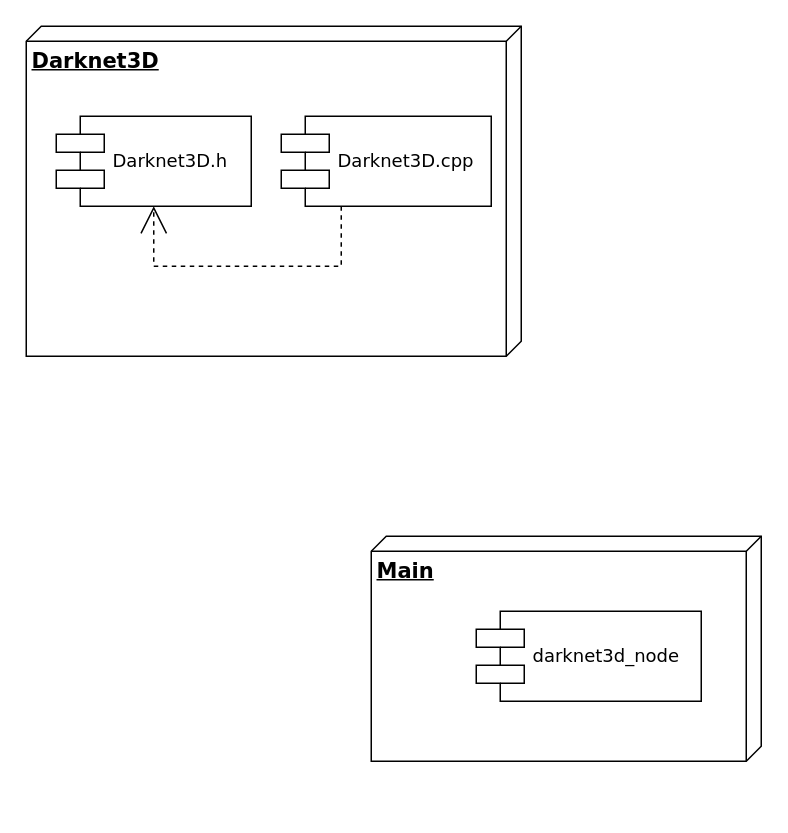
Before: diagrams/components_diagram/Untitled Diagram.drawio in fgonzalezr1998/tfg_src, a draw.io diagram. Source tidied: cells renumbered, new cells numbered last; positions are measured from the earlier drawing's top-left corner, leaving out a move shared by most shapes. Both pictures are drawn from the tidied source at 150%, with x=0, y=0 at pixel (26, 26).
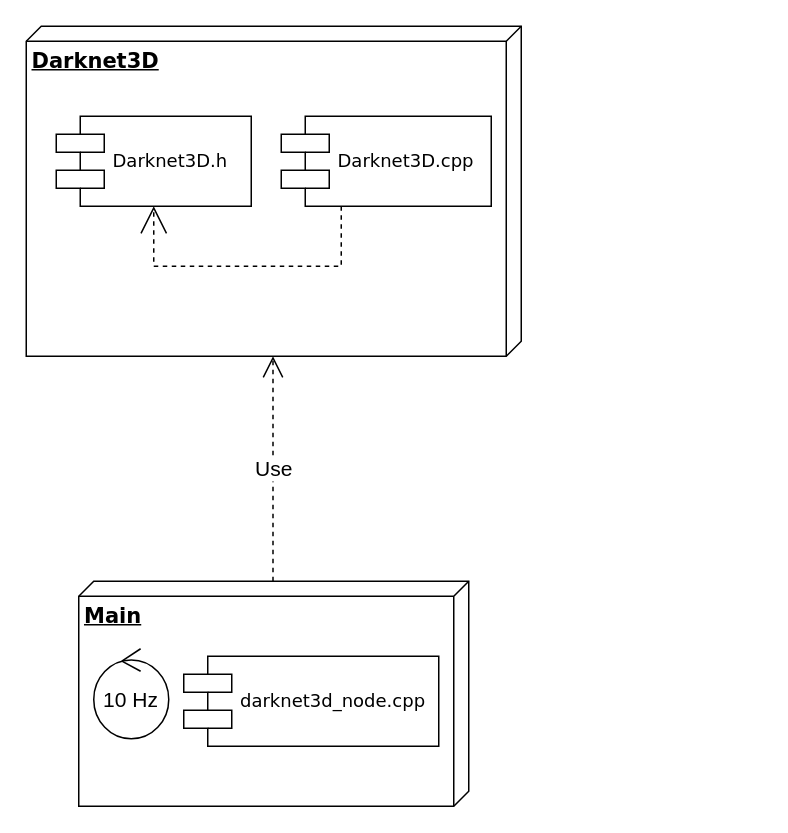
The same page after the edit.

The edit, as a diff of the source:
```diff
@@
 <mxGraphModel>
   <root>
     <mxCell id="0" />
     <mxCell id="1" parent="0" />
-    <mxCell id="2" value="&lt;b&gt;&lt;font style=&quot;font-size: 14px;&quot;&gt;Main&lt;/font&gt;&lt;/b&gt;" style="verticalAlign=top;align=left;spacingTop=8;spacingLeft=2;spacingRight=12;shape=cube;size=10;direction=south;fontStyle=4;html=1;rounded=0;shadow=0;comic=0;labelBackgroundColor=none;strokeWidth=1;fontFamily=Verdana;fontSize=12;" parent="1" vertex="1">
-      <mxGeometry x="230" y="340" width="260" height="150" as="geometry" />
-    </mxCell>
-    <mxCell id="3" value="darknet3d_node" style="shape=component;align=left;spacingLeft=36;rounded=0;shadow=0;comic=0;labelBackgroundColor=none;strokeWidth=1;fontFamily=Verdana;fontSize=12;html=1;" parent="1" vertex="1">
-      <mxGeometry x="300" y="390" width="150" height="60" as="geometry" />
-    </mxCell>
-    <mxCell id="4" style="group;perimeter=rectanglePerimeter;" parent="1" vertex="1">
+    <mxCell id="4" style="group;perimeter=rectanglePerimeter;glass=0;" parent="1" vertex="1">
       <mxGeometry width="330" height="220" as="geometry" />
     </mxCell>
     <mxCell id="5" value="&lt;b&gt;&lt;font style=&quot;font-size: 14px;&quot;&gt;Darknet3D&lt;/font&gt;&lt;/b&gt;" style="verticalAlign=top;align=left;spacingTop=8;spacingLeft=2;spacingRight=12;shape=cube;size=10;direction=south;fontStyle=4;html=1;rounded=0;shadow=0;comic=0;labelBackgroundColor=none;strokeWidth=1;fontFamily=Verdana;fontSize=12;" parent="4" vertex="1">
       <mxGeometry width="330" height="220" as="geometry" />
     </mxCell>
     <mxCell id="6" value="Darknet3D.cpp" style="shape=component;align=left;spacingLeft=36;rounded=0;shadow=0;comic=0;labelBackgroundColor=none;strokeWidth=1;fontFamily=Verdana;fontSize=12;html=1;" parent="4" vertex="1">
       <mxGeometry x="170" y="60" width="140" height="60" as="geometry" />
     </mxCell>
     <mxCell id="7" style="edgeStyle=orthogonalEdgeStyle;rounded=0;html=1;labelBackgroundColor=none;startArrow=none;startFill=0;startSize=8;endArrow=open;endFill=0;endSize=16;fontFamily=Verdana;fontSize=12;dashed=1;entryX=0.5;entryY=1;entryDx=0;entryDy=0;" parent="4" edge="1" source="6" target="8">
       <mxGeometry relative="1" as="geometry">
         <Array as="points">
           <mxPoint x="210" y="160" />
           <mxPoint x="85" y="160" />
         </Array>
       </mxGeometry>
     </mxCell>
     <mxCell id="8" value="Darknet3D.h" style="shape=component;align=left;spacingLeft=36;rounded=0;shadow=0;comic=0;labelBackgroundColor=none;strokeWidth=1;fontFamily=Verdana;fontSize=12;html=1;" parent="4" vertex="1">
       <mxGeometry x="20" y="60" width="130" height="60" as="geometry" />
     </mxCell>
+    <mxCell id="9" style="group;" parent="1" vertex="1">
+      <mxGeometry x="35" y="370" width="260" height="150" as="geometry" />
+    </mxCell>
+    <mxCell id="2" value="&lt;b&gt;&lt;font style=&quot;font-size: 14px;&quot;&gt;Main&lt;/font&gt;&lt;/b&gt;" style="verticalAlign=top;align=left;spacingTop=8;spacingLeft=2;spacingRight=12;shape=cube;size=10;direction=south;fontStyle=4;html=1;rounded=0;shadow=0;comic=0;labelBackgroundColor=none;strokeWidth=1;fontFamily=Verdana;fontSize=12;" parent="9" vertex="1">
+      <mxGeometry width="260" height="150" as="geometry" />
+    </mxCell>
+    <mxCell id="3" value="darknet3d_node.cpp" style="shape=component;align=left;spacingLeft=36;rounded=0;shadow=0;comic=0;labelBackgroundColor=none;strokeWidth=1;fontFamily=Verdana;fontSize=12;html=1;" parent="9" vertex="1">
+      <mxGeometry x="70" y="50" width="170" height="60" as="geometry" />
+    </mxCell>
+    <mxCell id="10" value="10 Hz" style="ellipse;shape=umlControl;whiteSpace=wrap;html=1;glass=0;fontSize=14;fillColor=none;gradientColor=none;" parent="9" vertex="1">
+      <mxGeometry x="10" y="45" width="50" height="60" as="geometry" />
+    </mxCell>
+    <mxCell id="11" value="Use" style="endArrow=open;endSize=12;dashed=1;html=1;rounded=0;fontSize=14;" parent="1" edge="1">
+      <mxGeometry relative="1" as="geometry">
+        <mxPoint x="164.5" y="370" as="sourcePoint" />
+        <mxPoint x="164.5" y="220" as="targetPoint" />
+      </mxGeometry>
+    </mxCell>
   </root>
 </mxGraphModel>
```
